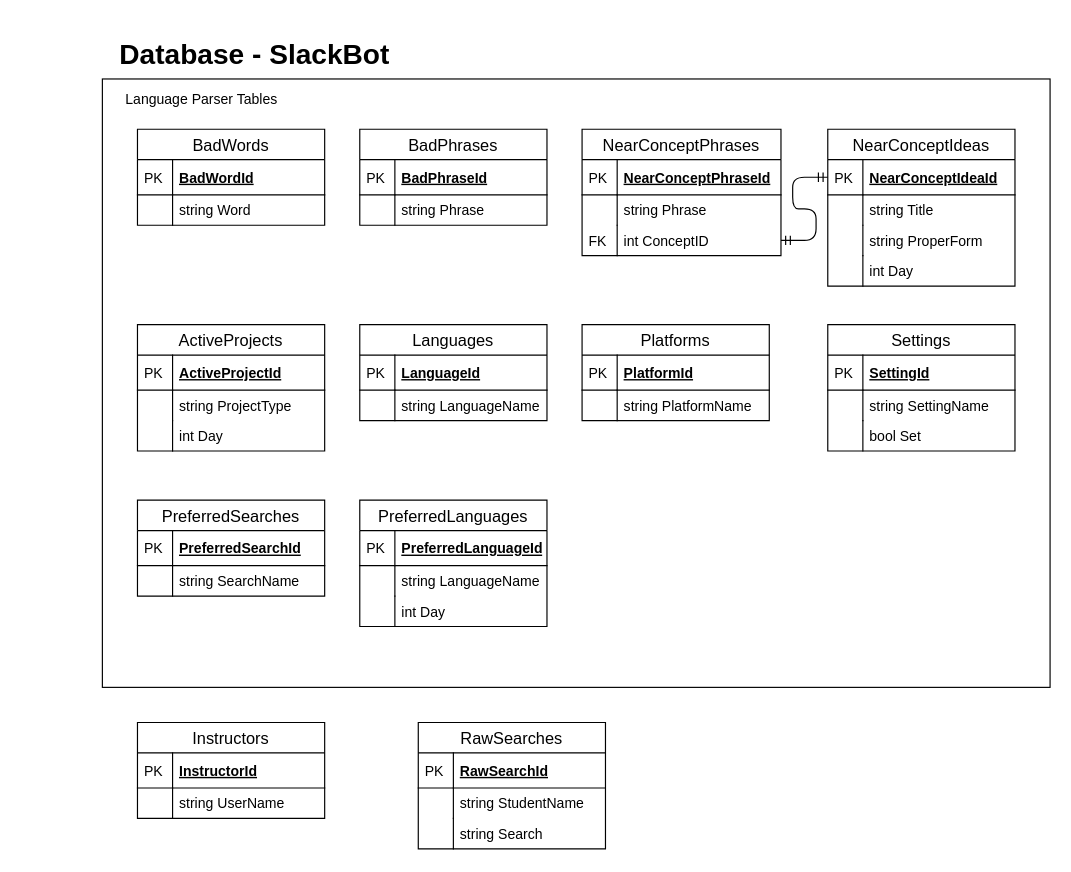
This is page "Database" (2 of 2) of EntityRelationshipDiagram.drawio from aseichter2007/devCodeBot, a draw.io file, before an edit. Source tidied: cells renumbered, new cells numbered last; positions are measured from the earlier drawing's top-left corner, leaving out a move shared by most shapes. Both pictures are drawn from the tidied source at 117%, with x=0, y=0 at pixel (20, 32).
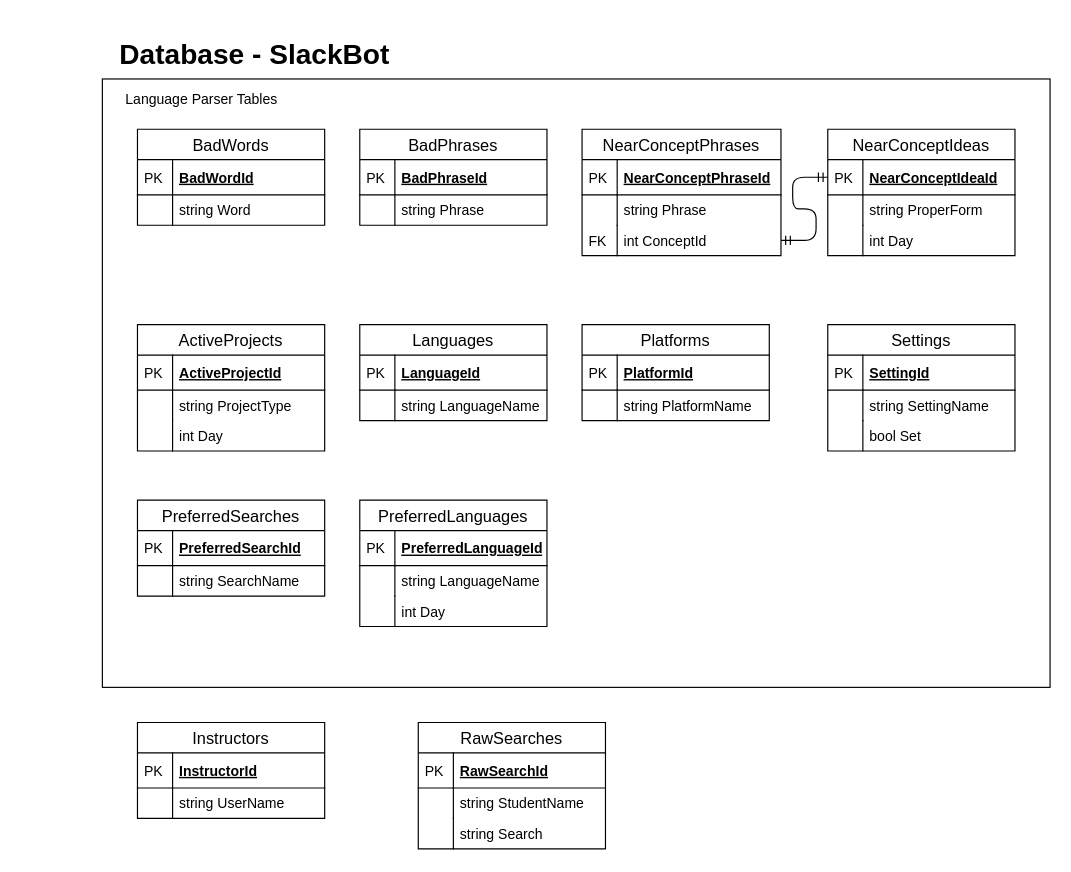
After the change.

Commit message (it also covers changes not shown here):
Removed Title from NearConceptIdeas table. Seeded all tables. New migration file. Fixed default page, weatherforecast-> api/values.

Unchanged cells that the change refers to:
```xml
<mxCell id="20" value="NearConceptPhrases" style="swimlane;fontStyle=0;horizontal=1;startSize=26;align=center;fontSize=14;" parent="1" vertex="1">
  <mxGeometry x="480" y="83" width="170" height="108" as="geometry" />
</mxCell>
```

Change to the diagram source:
```diff
@@
     <mxCell id="11" value="NearConceptIdeas" style="swimlane;fontStyle=0;horizontal=1;startSize=26;align=center;fontSize=14;" parent="1" vertex="1">
-      <mxGeometry x="690" y="83" width="160" height="134" as="geometry" />
+      <mxGeometry x="690" y="83" width="160" height="108" as="geometry" />
     </mxCell>
@@
-    <mxCell id="14" value="string Title" style="shape=partialRectangle;top=0;left=0;right=0;bottom=0;align=left;verticalAlign=top;fillColor=none;spacingLeft=34;spacingRight=4;overflow=hidden;fontSize=12;" parent="11" vertex="1">
-      <mxGeometry y="56" width="160" height="26" as="geometry" />
-    </mxCell>
-    <mxCell id="15" style="shape=partialRectangle;top=0;left=0;bottom=0;fillColor=none;align=left;verticalAlign=top;spacingLeft=4;spacingRight=4;overflow=hidden;fontSize=12;" parent="14" vertex="1">
-      <mxGeometry width="30" height="26" as="geometry" />
-    </mxCell>
     <mxCell id="16" value="string ProperForm" style="shape=partialRectangle;top=0;left=0;right=0;bottom=0;align=left;verticalAlign=top;fillColor=none;spacingLeft=34;spacingRight=4;overflow=hidden;fontSize=12;" parent="11" vertex="1">
-      <mxGeometry y="82" width="160" height="26" as="geometry" />
+      <mxGeometry y="56" width="160" height="26" as="geometry" />
     </mxCell>
@@
     <mxCell id="18" value="int Day" style="shape=partialRectangle;top=0;left=0;right=0;bottom=0;align=left;verticalAlign=top;fillColor=none;spacingLeft=34;spacingRight=4;overflow=hidden;fontSize=12;" parent="11" vertex="1">
-      <mxGeometry y="108" width="160" height="26" as="geometry" />
+      <mxGeometry y="82" width="160" height="26" as="geometry" />
     </mxCell>
@@
-    <mxCell id="25" value="int ConceptID" style="shape=partialRectangle;top=0;left=0;right=0;bottom=0;align=left;verticalAlign=top;fillColor=none;spacingLeft=34;spacingRight=4;overflow=hidden;points=[[0,0.5],[1,0.5]];portConstraint=eastwest;fontSize=12;" parent="20" vertex="1">
+    <mxCell id="25" value="int ConceptId" style="shape=partialRectangle;top=0;left=0;right=0;bottom=0;align=left;verticalAlign=top;fillColor=none;spacingLeft=34;spacingRight=4;overflow=hidden;points=[[0,0.5],[1,0.5]];portConstraint=eastwest;fontSize=12;" parent="20" vertex="1">
       <mxGeometry y="82" width="170" height="26" as="geometry" />
     </mxCell>
```
